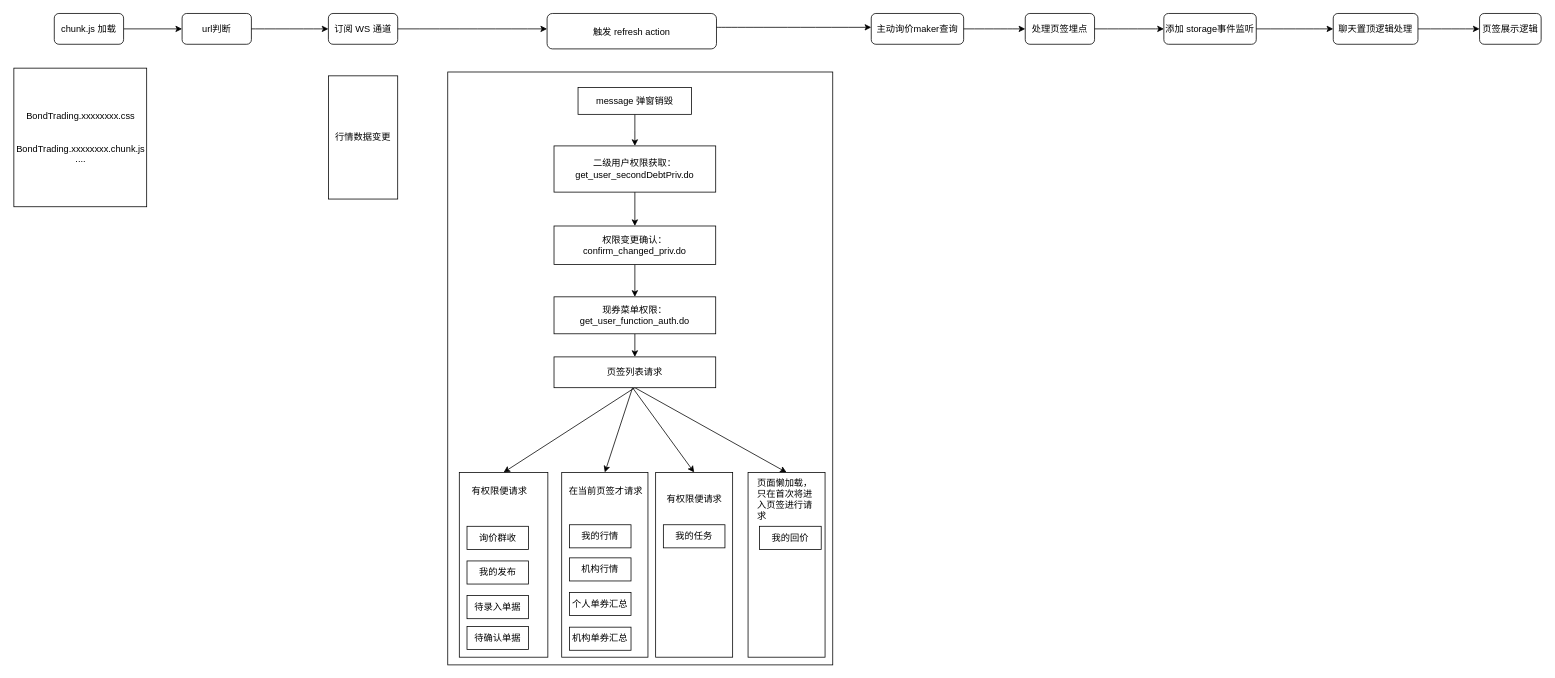
The draw.io diagram page "页面加载流程图" (2 of 2) of 未命名绘图.drawio in tanqq1/diagrams-images, before the edit. Source tidied: cells renumbered, new cells numbered last; positions are measured from the earlier drawing's top-left corner, leaving out a move shared by most shapes. Both pictures are drawn from the tidied source at 77%, with x=0, y=0 at pixel (14, 13).
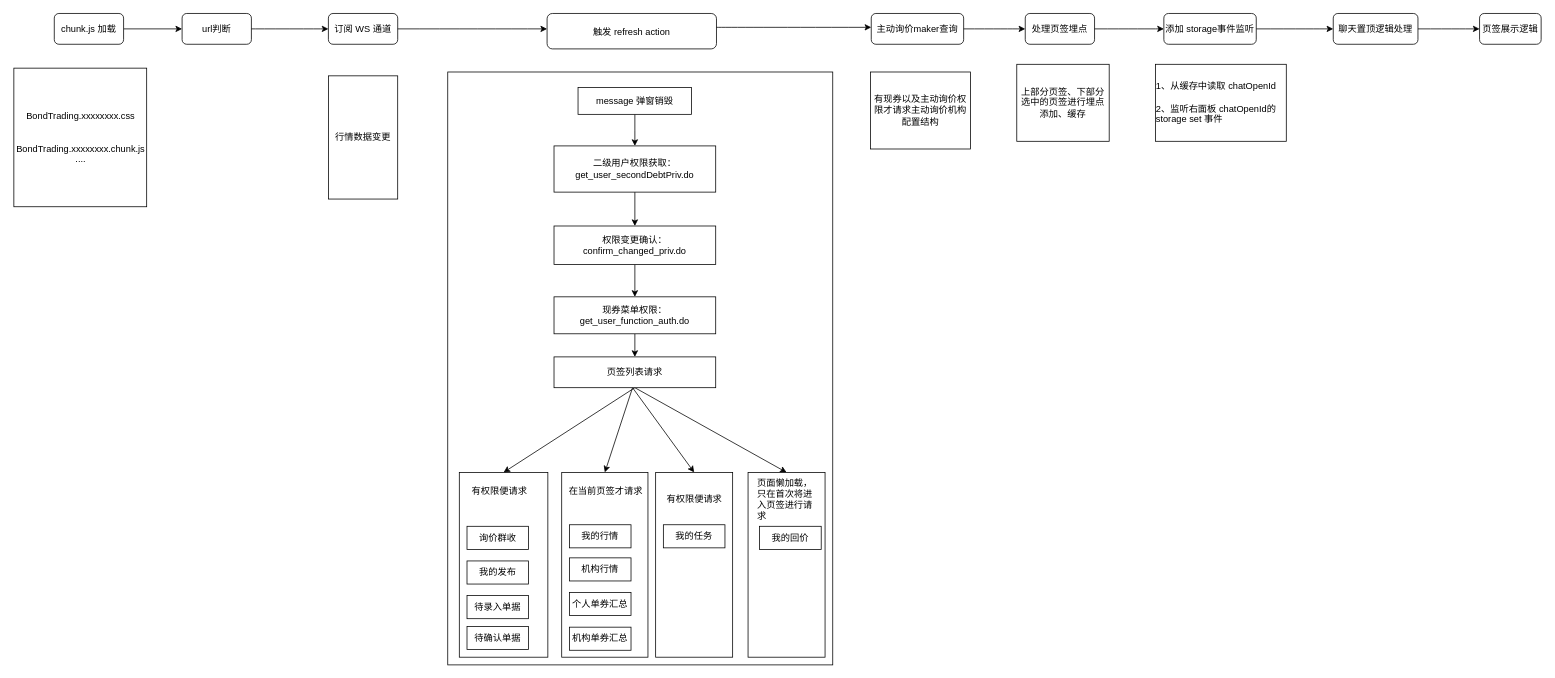
After the change.

The edit, as a diff of the source:
```diff
@@
+    <mxCell id="53" value="&lt;font style=&quot;font-size: 12px;&quot;&gt;有现券以及主动询价权限才请求主动询价机构配置结构&lt;/font&gt;" style="rounded=0;whiteSpace=wrap;html=1;" parent="1" vertex="1">
+      <mxGeometry x="1112" y="76" width="130" height="100" as="geometry" />
+    </mxCell>
+    <mxCell id="54" value="&lt;font style=&quot;font-size: 12px;&quot;&gt;上部分页签、下部分选中的页签进行埋点添加、缓存&lt;/font&gt;" style="rounded=0;whiteSpace=wrap;html=1;" parent="1" vertex="1">
+      <mxGeometry x="1302" y="66" width="120" height="100" as="geometry" />
+    </mxCell>
+    <mxCell id="55" value="&lt;div style=&quot;text-align: left;&quot;&gt;&lt;span style=&quot;background-color: initial;&quot;&gt;1、从缓存中读取 chatOpenId&lt;br&gt;&lt;br&gt;&lt;/span&gt;&lt;/div&gt;&lt;div style=&quot;text-align: left;&quot;&gt;&lt;span style=&quot;background-color: initial;&quot;&gt;2、监听右面板 chatOpenId的storage set 事件&lt;/span&gt;&lt;/div&gt;" style="rounded=0;whiteSpace=wrap;html=1;fontSize=12;" parent="1" vertex="1">
+      <mxGeometry x="1482" y="66" width="170" height="100" as="geometry" />
+    </mxCell>
```
